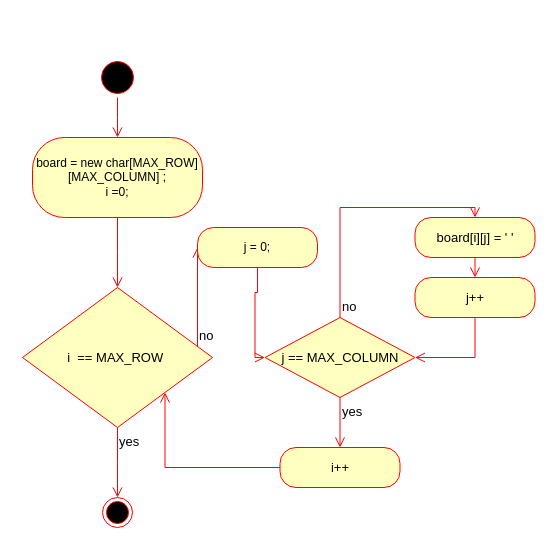
Earlier version of the draw.io diagram DRAW_IO/GameBoard_AD.drawio (c-tollison/extendedConnectX). Source tidied: cells renumbered, new cells numbered last; positions are measured from the earlier drawing's top-left corner, leaving out a move shared by most shapes. Both pictures are drawn from the tidied source at 100%, with x=0, y=0 at pixel (22, 57).
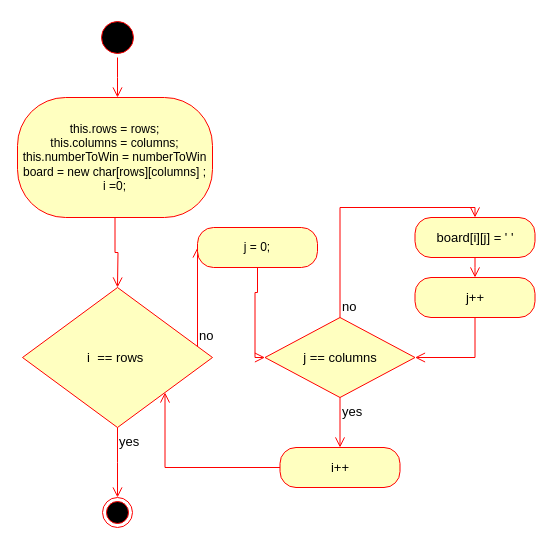
After the change.

What changed in the source:
```diff
@@
     <mxCell id="2" style="ellipse;html=1;shape=startState;fillColor=#000000;strokeColor=#ff0000;" parent="1" vertex="1">
-      <mxGeometry x="75" width="40" height="40" as="geometry" />
+      <mxGeometry x="75" y="-40" width="40" height="40" as="geometry" />
     </mxCell>
     <mxCell id="3" style="edgeStyle=orthogonalEdgeStyle;html=1;verticalAlign=bottom;endArrow=open;endSize=8;strokeColor=#ff0000;rounded=0;" parent="1" edge="1" source="2">
       <mxGeometry relative="1" as="geometry">
-        <mxPoint x="95" y="80" as="targetPoint" />
+        <mxPoint x="95" y="40" as="targetPoint" />
       </mxGeometry>
     </mxCell>
-    <mxCell id="4" value="board = new char[MAX_ROW][MAX_COLUMN] ;&lt;br&gt;i =0;" style="rounded=1;whiteSpace=wrap;html=1;arcSize=40;fontColor=#000000;fillColor=#ffffc0;strokeColor=#ff0000;" parent="1" vertex="1">
-      <mxGeometry x="10" y="80" width="170" height="80" as="geometry" />
+    <mxCell id="4" value="this.rows = rows;&lt;br&gt;this.columns = columns;&lt;br&gt;this.numberToWin = numberToWin&lt;br&gt;board = new char[rows][columns] ;&lt;br&gt;i =0;" style="rounded=1;whiteSpace=wrap;html=1;arcSize=40;fontColor=#000000;fillColor=#ffffc0;strokeColor=#ff0000;" parent="1" vertex="1">
+      <mxGeometry x="-5" y="40" width="195" height="120" as="geometry" />
     </mxCell>
@@
-    <mxCell id="6" value="i&amp;nbsp; == MAX_ROW&amp;nbsp;" style="rhombus;whiteSpace=wrap;html=1;fillColor=#ffffc0;strokeColor=#ff0000;fontSize=13;" parent="1" vertex="1">
+    <mxCell id="6" value="i&amp;nbsp; == rows&amp;nbsp;" style="rhombus;whiteSpace=wrap;html=1;fillColor=#ffffc0;strokeColor=#ff0000;fontSize=13;" parent="1" vertex="1">
       <mxGeometry y="230" width="190" height="140" as="geometry" />
     </mxCell>
@@
-    <mxCell id="14" value="j == MAX_COLUMN" style="rhombus;whiteSpace=wrap;html=1;fillColor=#ffffc0;strokeColor=#ff0000;fontSize=13;" parent="1" vertex="1">
+    <mxCell id="14" value="j == columns" style="rhombus;whiteSpace=wrap;html=1;fillColor=#ffffc0;strokeColor=#ff0000;fontSize=13;" parent="1" vertex="1">
       <mxGeometry x="242.5" y="260" width="150" height="80" as="geometry" />
     </mxCell>
```
